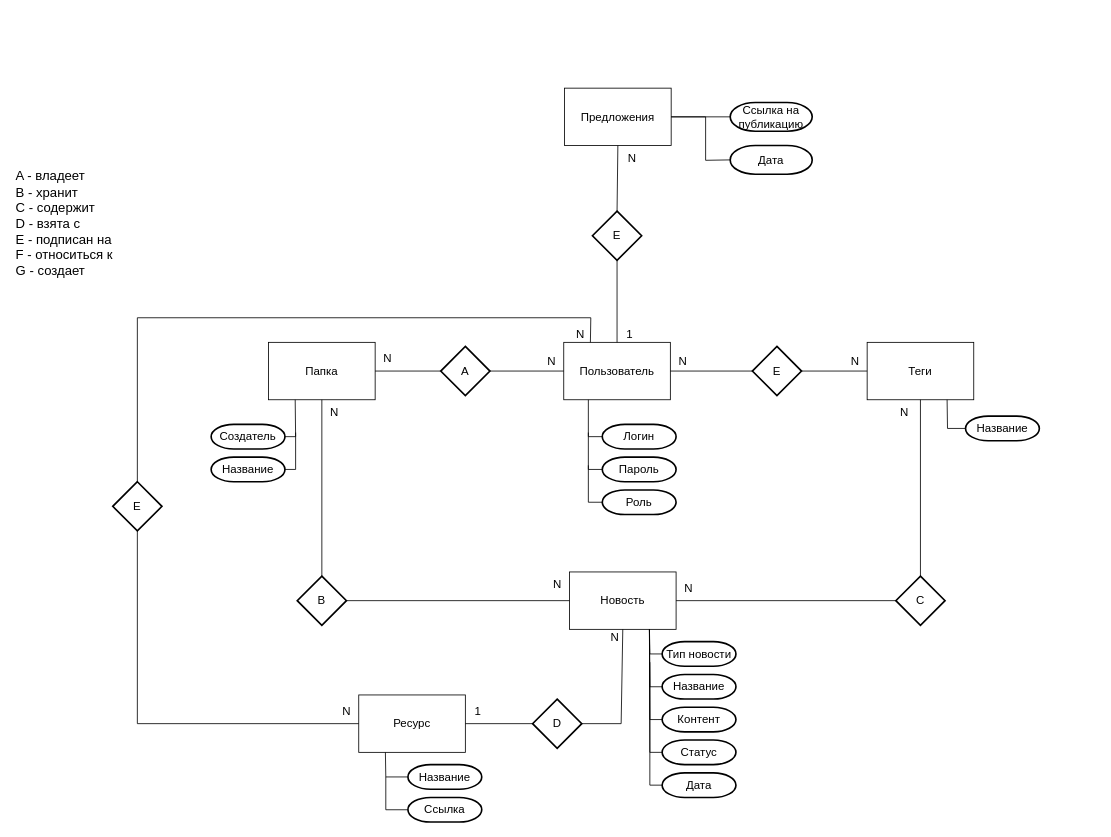
ApsilonXi/Hakaton2025Spring keeps this draw.io diagram as графический материал/ER-diagrama.drawio. Above is the earlier version. Source tidied: cells renumbered, new cells numbered last; positions are measured from the earlier drawing's top-left corner, leaving out a move shared by most shapes. Both pictures are drawn from the tidied source at 82%, with x=0, y=0 at pixel (14, 88).
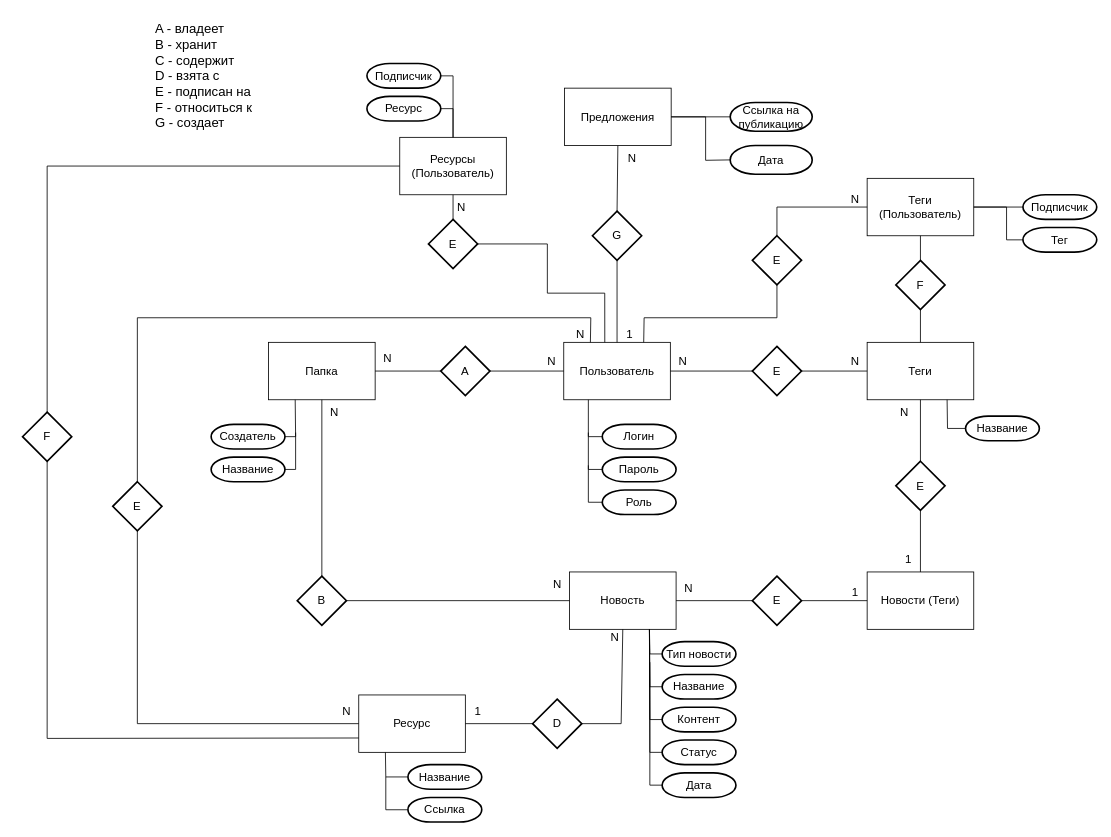
Above is the later version.

Unchanged cells that the change refers to:
```xml
<mxCell id="2" value="&lt;font style=&quot;font-size: 14px;&quot;&gt;Пользователь&lt;/font&gt;" style="rounded=0;whiteSpace=wrap;html=1;" parent="1" vertex="1">
  <mxGeometry x="670" y="310" width="130" height="70" as="geometry" />
</mxCell>
<mxCell id="3" value="&lt;span style=&quot;font-size: 14px;&quot;&gt;Новость&lt;/span&gt;" style="rounded=0;whiteSpace=wrap;html=1;" parent="1" vertex="1">
  <mxGeometry x="677" y="590" width="130" height="70" as="geometry" />
</mxCell>
<mxCell id="5" value="&lt;span style=&quot;font-size: 14px;&quot;&gt;Теги&lt;/span&gt;" style="rounded=0;whiteSpace=wrap;html=1;" parent="1" vertex="1">
  <mxGeometry x="1040" y="310" width="130" height="70" as="geometry" />
</mxCell>
<mxCell id="29" value="&lt;span style=&quot;font-size: 14px;&quot;&gt;Ресурс&lt;/span&gt;" style="rounded=0;whiteSpace=wrap;html=1;" parent="1" vertex="1">
  <mxGeometry x="420" y="740" width="130" height="70" as="geometry" />
</mxCell>
```

The edit, as a diff of the source:
```diff
@@
     <mxCell id="17" value="&lt;font style=&quot;font-size: 16px;&quot;&gt;A - владеет&lt;/font&gt;&lt;div&gt;&lt;font style=&quot;font-size: 16px;&quot;&gt;B - хранит&lt;/font&gt;&lt;/div&gt;&lt;div&gt;&lt;font style=&quot;font-size: 16px;&quot;&gt;C - содержит&lt;/font&gt;&lt;/div&gt;&lt;div&gt;&lt;span style=&quot;font-size: 16px;&quot;&gt;D - взята с&lt;/span&gt;&lt;/div&gt;&lt;div&gt;&lt;span style=&quot;font-size: 16px;&quot;&gt;E - подписан на&lt;/span&gt;&lt;/div&gt;&lt;div&gt;&lt;span style=&quot;font-size: 16px;&quot;&gt;F - относиться к&lt;br&gt;G - создает&lt;/span&gt;&lt;/div&gt;" style="text;html=1;align=left;verticalAlign=middle;strokeColor=none;fillColor=none;" parent="1" vertex="1">
-      <mxGeometry y="90" width="140" height="150" as="geometry" />
+      <mxGeometry x="170" y="-90" width="140" height="150" as="geometry" />
     </mxCell>
@@
-    <mxCell id="27" value="&lt;span style=&quot;font-size: 14px;&quot;&gt;C&lt;/span&gt;" style="strokeWidth=2;html=1;shape=mxgraph.flowchart.decision;whiteSpace=wrap;" parent="1" vertex="1">
-      <mxGeometry x="1075" y="595" width="60" height="60" as="geometry" />
-    </mxCell>
-    <mxCell id="28" style="endArrow=none;html=1;rounded=0;entryX=0;entryY=0.5;entryDx=0;entryDy=0;exitX=1;exitY=0.5;exitDx=0;exitDy=0;entryPerimeter=0;" parent="1" edge="1" source="3" target="27">
-      <mxGeometry relative="1" as="geometry" />
-    </mxCell>
@@
-    <mxCell id="32" style="endArrow=none;html=1;rounded=0;entryX=0.5;entryY=1;entryDx=0;entryDy=0;exitX=0.5;exitY=0;exitDx=0;exitDy=0;exitPerimeter=0;" parent="1" edge="1" source="27" target="5">
-      <mxGeometry relative="1" as="geometry" />
-    </mxCell>
@@
-    <mxCell id="63" value="&lt;span style=&quot;font-size: 14px;&quot;&gt;E&lt;/span&gt;" style="strokeWidth=2;html=1;shape=mxgraph.flowchart.decision;whiteSpace=wrap;" parent="1" vertex="1">
+    <mxCell id="63" value="&lt;span style=&quot;font-size: 14px;&quot;&gt;G&lt;/span&gt;" style="strokeWidth=2;html=1;shape=mxgraph.flowchart.decision;whiteSpace=wrap;" parent="1" vertex="1">
       <mxGeometry x="705" y="150" width="60" height="60" as="geometry" />
     </mxCell>
@@
+    <mxCell id="74" value="&lt;span style=&quot;font-size: 14px;&quot;&gt;Теги (Пользователь)&lt;/span&gt;" style="rounded=0;whiteSpace=wrap;html=1;" parent="1" vertex="1">
+      <mxGeometry x="1040" y="110" width="130" height="70" as="geometry" />
+    </mxCell>
+    <mxCell id="75" value="&lt;span style=&quot;font-size: 14px;&quot;&gt;F&lt;/span&gt;" style="strokeWidth=2;html=1;shape=mxgraph.flowchart.decision;whiteSpace=wrap;" parent="1" vertex="1">
+      <mxGeometry x="1075" y="210" width="60" height="60" as="geometry" />
+    </mxCell>
+    <mxCell id="76" style="endArrow=none;html=1;rounded=0;entryX=0.5;entryY=1;entryDx=0;entryDy=0;exitX=0.5;exitY=0;exitDx=0;exitDy=0;exitPerimeter=0;" parent="1" edge="1" source="75" target="74">
+      <mxGeometry relative="1" as="geometry" />
+    </mxCell>
+    <mxCell id="77" style="endArrow=none;html=1;rounded=0;entryX=0.5;entryY=1;entryDx=0;entryDy=0;entryPerimeter=0;exitX=0.5;exitY=0;exitDx=0;exitDy=0;" parent="1" edge="1" source="5" target="75">
+      <mxGeometry relative="1" as="geometry" />
+    </mxCell>
+    <mxCell id="78" value="&lt;span style=&quot;font-size: 14px;&quot;&gt;E&lt;/span&gt;" style="strokeWidth=2;html=1;shape=mxgraph.flowchart.decision;whiteSpace=wrap;" parent="1" vertex="1">
+      <mxGeometry x="900" y="180" width="60" height="60" as="geometry" />
+    </mxCell>
+    <mxCell id="79" style="endArrow=none;html=1;rounded=0;exitX=0.75;exitY=0;exitDx=0;exitDy=0;entryX=0.5;entryY=1;entryDx=0;entryDy=0;entryPerimeter=0;" parent="1" edge="1" source="2" target="78">
+      <mxGeometry relative="1" as="geometry">
+        <Array as="points">
+          <mxPoint x="768" y="280" />
+          <mxPoint x="930" y="280" />
+        </Array>
+      </mxGeometry>
+    </mxCell>
+    <mxCell id="80" style="endArrow=none;html=1;rounded=0;entryX=0;entryY=0.5;entryDx=0;entryDy=0;exitX=0.5;exitY=0;exitDx=0;exitDy=0;exitPerimeter=0;" parent="1" edge="1" source="78" target="74">
+      <mxGeometry relative="1" as="geometry">
+        <Array as="points">
+          <mxPoint x="930" y="145" />
+        </Array>
+      </mxGeometry>
+    </mxCell>
+    <mxCell id="81" value="&lt;span style=&quot;font-size: 14px;&quot;&gt;Тег&lt;/span&gt;" style="strokeWidth=2;html=1;shape=mxgraph.flowchart.terminator;whiteSpace=wrap;" parent="1" vertex="1">
+      <mxGeometry x="1230" y="170" width="90" height="30" as="geometry" />
+    </mxCell>
+    <mxCell id="82" value="&lt;span style=&quot;font-size: 14px;&quot;&gt;Подписчик&lt;/span&gt;" style="strokeWidth=2;html=1;shape=mxgraph.flowchart.terminator;whiteSpace=wrap;" parent="1" vertex="1">
+      <mxGeometry x="1230" y="130" width="90" height="30" as="geometry" />
+    </mxCell>
+    <mxCell id="83" style="endArrow=none;html=1;rounded=0;exitX=1;exitY=0.5;exitDx=0;exitDy=0;entryX=0;entryY=0.5;entryDx=0;entryDy=0;entryPerimeter=0;" parent="1" edge="1" source="74" target="82">
+      <mxGeometry relative="1" as="geometry" />
+    </mxCell>
+    <mxCell id="84" style="endArrow=none;html=1;rounded=0;exitX=1;exitY=0.5;exitDx=0;exitDy=0;entryX=0;entryY=0.5;entryDx=0;entryDy=0;entryPerimeter=0;" parent="1" edge="1" source="74" target="81">
+      <mxGeometry relative="1" as="geometry">
+        <Array as="points">
+          <mxPoint x="1210" y="145" />
+          <mxPoint x="1210" y="185" />
+        </Array>
+      </mxGeometry>
+    </mxCell>
+    <mxCell id="85" value="&lt;span style=&quot;font-size: 14px;&quot;&gt;Ресурсы (Пользователь)&lt;/span&gt;" style="rounded=0;whiteSpace=wrap;html=1;" parent="1" vertex="1">
+      <mxGeometry x="470" y="60" width="130" height="70" as="geometry" />
+    </mxCell>
+    <mxCell id="86" value="&lt;span style=&quot;font-size: 14px;&quot;&gt;E&lt;/span&gt;" style="strokeWidth=2;html=1;shape=mxgraph.flowchart.decision;whiteSpace=wrap;" parent="1" vertex="1">
+      <mxGeometry x="505" y="160" width="60" height="60" as="geometry" />
+    </mxCell>
+    <mxCell id="87" style="endArrow=none;html=1;rounded=0;exitX=1;exitY=0.5;exitDx=0;exitDy=0;exitPerimeter=0;entryX=0.385;entryY=0;entryDx=0;entryDy=0;entryPerimeter=0;" parent="1" edge="1" source="86" target="2">
+      <mxGeometry relative="1" as="geometry">
+        <Array as="points">
+          <mxPoint x="650" y="190" />
+          <mxPoint x="650" y="250" />
+          <mxPoint x="720" y="250" />
+        </Array>
+      </mxGeometry>
+    </mxCell>
+    <mxCell id="88" style="endArrow=none;html=1;rounded=0;exitX=0.5;exitY=0;exitDx=0;exitDy=0;exitPerimeter=0;entryX=0.5;entryY=1;entryDx=0;entryDy=0;" parent="1" edge="1" source="86" target="85">
+      <mxGeometry relative="1" as="geometry" />
+    </mxCell>
+    <mxCell id="89" value="&lt;span style=&quot;font-size: 14px;&quot;&gt;Подписчик&lt;/span&gt;" style="strokeWidth=2;html=1;shape=mxgraph.flowchart.terminator;whiteSpace=wrap;" parent="1" vertex="1">
+      <mxGeometry x="430" y="-30" width="90" height="30" as="geometry" />
+    </mxCell>
+    <mxCell id="90" value="&lt;span style=&quot;font-size: 14px;&quot;&gt;Ресурс&lt;/span&gt;" style="strokeWidth=2;html=1;shape=mxgraph.flowchart.terminator;whiteSpace=wrap;" parent="1" vertex="1">
+      <mxGeometry x="430" y="10" width="90" height="30" as="geometry" />
+    </mxCell>
+    <mxCell id="91" style="endArrow=none;html=1;rounded=0;entryX=0;entryY=0.75;entryDx=0;entryDy=0;exitX=0.5;exitY=1;exitDx=0;exitDy=0;exitPerimeter=0;" parent="1" edge="1" source="92" target="29">
+      <mxGeometry relative="1" as="geometry">
+        <Array as="points">
+          <mxPoint x="40" y="793" />
+        </Array>
+      </mxGeometry>
+    </mxCell>
+    <mxCell id="92" value="&lt;span style=&quot;font-size: 14px;&quot;&gt;F&lt;/span&gt;" style="strokeWidth=2;html=1;shape=mxgraph.flowchart.decision;whiteSpace=wrap;" parent="1" vertex="1">
+      <mxGeometry x="10" y="395" width="60" height="60" as="geometry" />
+    </mxCell>
+    <mxCell id="93" style="endArrow=none;html=1;rounded=0;exitX=0.5;exitY=0;exitDx=0;exitDy=0;exitPerimeter=0;entryX=0;entryY=0.5;entryDx=0;entryDy=0;" parent="1" edge="1" source="92" target="85">
+      <mxGeometry relative="1" as="geometry">
+        <Array as="points">
+          <mxPoint x="40" y="95" />
+        </Array>
+      </mxGeometry>
+    </mxCell>
+    <mxCell id="94" style="endArrow=none;html=1;rounded=0;entryX=0.5;entryY=0;entryDx=0;entryDy=0;exitX=1;exitY=0.5;exitDx=0;exitDy=0;exitPerimeter=0;" parent="1" edge="1" source="90" target="85">
+      <mxGeometry relative="1" as="geometry">
+        <Array as="points">
+          <mxPoint x="535" y="25" />
+        </Array>
+      </mxGeometry>
+    </mxCell>
+    <mxCell id="95" style="endArrow=none;html=1;rounded=0;entryX=0.5;entryY=0;entryDx=0;entryDy=0;exitX=1;exitY=0.5;exitDx=0;exitDy=0;exitPerimeter=0;" parent="1" edge="1" source="89" target="85">
+      <mxGeometry relative="1" as="geometry">
+        <Array as="points">
+          <mxPoint x="535" y="-15" />
+        </Array>
+      </mxGeometry>
+    </mxCell>
+    <mxCell id="96" value="&lt;span style=&quot;font-size: 14px;&quot;&gt;Новости (Теги)&lt;/span&gt;" style="rounded=0;whiteSpace=wrap;html=1;" parent="1" vertex="1">
+      <mxGeometry x="1040" y="590" width="130" height="70" as="geometry" />
+    </mxCell>
+    <mxCell id="97" value="&lt;span style=&quot;font-size: 14px;&quot;&gt;E&lt;/span&gt;" style="strokeWidth=2;html=1;shape=mxgraph.flowchart.decision;whiteSpace=wrap;" parent="1" vertex="1">
+      <mxGeometry x="1075" y="455" width="60" height="60" as="geometry" />
+    </mxCell>
+    <mxCell id="98" value="&lt;span style=&quot;font-size: 14px;&quot;&gt;E&lt;/span&gt;" style="strokeWidth=2;html=1;shape=mxgraph.flowchart.decision;whiteSpace=wrap;" parent="1" vertex="1">
+      <mxGeometry x="900" y="595" width="60" height="60" as="geometry" />
+    </mxCell>
+    <mxCell id="99" style="endArrow=none;html=1;rounded=0;entryX=0;entryY=0.5;entryDx=0;entryDy=0;exitX=1;exitY=0.5;exitDx=0;exitDy=0;exitPerimeter=0;" parent="1" edge="1" source="98" target="96">
+      <mxGeometry relative="1" as="geometry" />
+    </mxCell>
+    <mxCell id="100" style="endArrow=none;html=1;rounded=0;exitX=1;exitY=0.5;exitDx=0;exitDy=0;entryX=0;entryY=0.5;entryDx=0;entryDy=0;entryPerimeter=0;" parent="1" edge="1" source="3" target="98">
+      <mxGeometry relative="1" as="geometry" />
+    </mxCell>
+    <mxCell id="101" style="endArrow=none;html=1;rounded=0;entryX=0.5;entryY=1;entryDx=0;entryDy=0;exitX=0.5;exitY=0;exitDx=0;exitDy=0;exitPerimeter=0;" parent="1" edge="1" source="97" target="5">
+      <mxGeometry relative="1" as="geometry" />
+    </mxCell>
+    <mxCell id="102" style="endArrow=none;html=1;rounded=0;entryX=0.5;entryY=1;entryDx=0;entryDy=0;entryPerimeter=0;exitX=0.5;exitY=0;exitDx=0;exitDy=0;" parent="1" edge="1" source="96" target="97">
+      <mxGeometry relative="1" as="geometry" />
+    </mxCell>
+    <mxCell id="103" value="&lt;font style=&quot;font-size: 14px;&quot;&gt;1&lt;/font&gt;" style="text;html=1;align=center;verticalAlign=middle;strokeColor=none;fillColor=none;" parent="1" vertex="1">
+      <mxGeometry x="1075" y="560" width="30" height="30" as="geometry" />
+    </mxCell>
+    <mxCell id="104" value="&lt;font style=&quot;font-size: 14px;&quot;&gt;1&lt;/font&gt;" style="text;html=1;align=center;verticalAlign=middle;strokeColor=none;fillColor=none;" parent="1" vertex="1">
+      <mxGeometry x="1010" y="600" width="30" height="30" as="geometry" />
+    </mxCell>
+    <mxCell id="105" value="&lt;span style=&quot;font-size: 14px;&quot;&gt;N&lt;/span&gt;" style="text;html=1;align=center;verticalAlign=middle;strokeColor=none;fillColor=none;" parent="1" vertex="1">
+      <mxGeometry x="1010" y="120" width="30" height="30" as="geometry" />
+    </mxCell>
+    <mxCell id="106" value="&lt;span style=&quot;font-size: 14px;&quot;&gt;N&lt;/span&gt;" style="text;html=1;align=center;verticalAlign=middle;strokeColor=none;fillColor=none;" parent="1" vertex="1">
+      <mxGeometry x="530" y="130" width="30" height="30" as="geometry" />
+    </mxCell>
```
